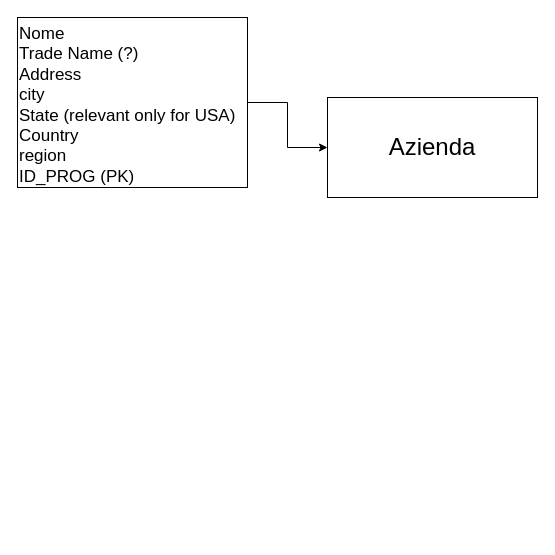
Before: Documentazione/DATI SITI/Info clipper/INFO_CLIPPER.drawio in piebaroni/Web-Scraping-homework5, a draw.io diagram. Source tidied: cells renumbered, new cells numbered last; positions are measured from the earlier drawing's top-left corner, leaving out a move shared by most shapes. Both pictures are drawn from the tidied source at 100%, with x=0, y=0 at pixel (17, 17).
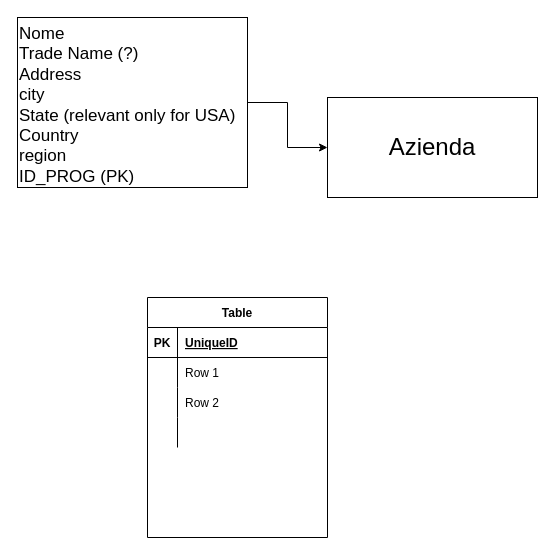
The same diagram, later.

The edit, as a diff of the source:
```diff
@@
 <mxGraphModel>
   <root>
     <mxCell id="0" />
     <mxCell id="1" parent="0" />
     <mxCell id="2" value="Azienda" style="rounded=0;whiteSpace=wrap;html=1;fontSize=24;" parent="1" vertex="1">
       <mxGeometry x="310" y="80" width="210" height="100" as="geometry" />
     </mxCell>
     <mxCell id="3" style="edgeStyle=orthogonalEdgeStyle;rounded=0;jettySize=auto;html=1;exitX=1;exitY=0.5;exitDx=0;exitDy=0;fontSize=17;" parent="1" edge="1" source="4" target="2">
       <mxGeometry relative="1" as="geometry" />
     </mxCell>
     <mxCell id="4" value="Nome&lt;br&gt;Trade Name (?)&lt;br style=&quot;font-size: 17px&quot;&gt;Address&lt;br style=&quot;font-size: 17px&quot;&gt;city&lt;br style=&quot;font-size: 17px&quot;&gt;State (relevant only for USA)&lt;br&gt;Country&lt;br&gt;region&lt;br&gt;ID_PROG (PK)" style="text;html=1;strokeColor=default;fillColor=none;align=left;verticalAlign=top;whiteSpace=wrap;rounded=0;fontSize=17;" parent="1" vertex="1">
       <mxGeometry width="230" height="170" as="geometry" />
     </mxCell>
+    <mxCell id="5" value="Table" style="shape=table;startSize=30;childLayout=tableLayout;rowLines=0;fontStyle=1;align=center;" parent="1" vertex="1">
+      <mxGeometry x="130" y="280" width="180" height="240" as="geometry" />
+    </mxCell>
+    <mxCell id="6" style="shape=partialRectangle;fillColor=none;top=0;left=0;bottom=1;right=0;" parent="5" vertex="1">
+      <mxGeometry y="30" width="180" height="30" as="geometry" />
+    </mxCell>
+    <mxCell id="7" value="PK" style="shape=partialRectangle;fillColor=none;top=0;left=0;bottom=0;right=0;fontStyle=1;overflow=hidden;" parent="6" vertex="1">
+      <mxGeometry width="30" height="30" as="geometry" />
+    </mxCell>
+    <mxCell id="8" value="UniqueID" style="shape=partialRectangle;fillColor=none;top=0;left=0;bottom=0;right=0;align=left;spacingLeft=6;fontStyle=5;overflow=hidden;" parent="6" vertex="1">
+      <mxGeometry x="30" width="150" height="30" as="geometry" />
+    </mxCell>
+    <mxCell id="9" style="shape=partialRectangle;fillColor=none;top=0;left=0;bottom=0;right=0;" parent="5" vertex="1">
+      <mxGeometry y="60" width="180" height="30" as="geometry" />
+    </mxCell>
+    <mxCell id="10" style="shape=partialRectangle;fillColor=none;top=0;left=0;bottom=0;right=0;overflow=hidden;" parent="9" vertex="1">
+      <mxGeometry width="30" height="30" as="geometry" />
+    </mxCell>
+    <mxCell id="11" value="Row 1" style="shape=partialRectangle;fillColor=none;top=0;left=0;bottom=0;right=0;align=left;spacingLeft=6;overflow=hidden;" parent="9" vertex="1">
+      <mxGeometry x="30" width="150" height="30" as="geometry" />
+    </mxCell>
+    <mxCell id="12" style="shape=partialRectangle;fillColor=none;top=0;left=0;bottom=0;right=0;" parent="5" vertex="1">
+      <mxGeometry y="90" width="180" height="30" as="geometry" />
+    </mxCell>
+    <mxCell id="13" style="shape=partialRectangle;fillColor=none;top=0;left=0;bottom=0;right=0;overflow=hidden;" parent="12" vertex="1">
+      <mxGeometry width="30" height="30" as="geometry" />
+    </mxCell>
+    <mxCell id="14" value="Row 2" style="shape=partialRectangle;fillColor=none;top=0;left=0;bottom=0;right=0;align=left;spacingLeft=6;overflow=hidden;" parent="12" vertex="1">
+      <mxGeometry x="30" width="150" height="30" as="geometry" />
+    </mxCell>
+    <mxCell id="15" style="shape=partialRectangle;fillColor=none;top=0;left=0;bottom=0;right=0;" parent="5" vertex="1">
+      <mxGeometry y="120" width="180" height="30" as="geometry" />
+    </mxCell>
+    <mxCell id="16" style="shape=partialRectangle;fillColor=none;top=0;left=0;bottom=0;right=0;overflow=hidden;" parent="15" vertex="1">
+      <mxGeometry width="30" height="30" as="geometry" />
+    </mxCell>
+    <mxCell id="17" style="shape=partialRectangle;fillColor=none;top=0;left=0;bottom=0;right=0;align=left;spacingLeft=6;overflow=hidden;" parent="15" vertex="1">
+      <mxGeometry x="30" width="150" height="30" as="geometry" />
+    </mxCell>
   </root>
 </mxGraphModel>
```
